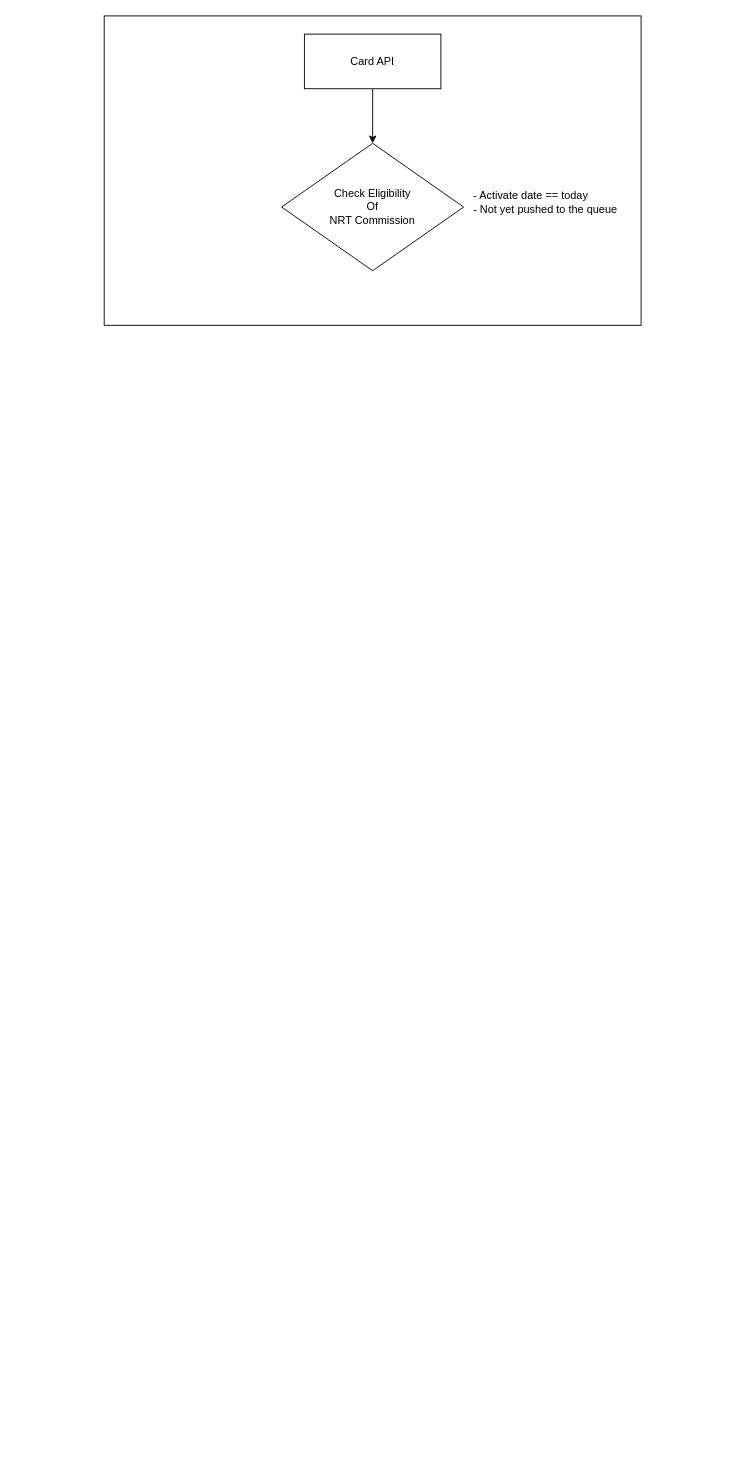
Before: files/Untitled Diagram.drawio in theasad/draw.io, a draw.io diagram. Source tidied: cells renumbered, new cells numbered last; positions are measured from the earlier drawing's top-left corner, leaving out a move shared by most shapes. Both pictures are drawn from the tidied source at 91%, with x=0, y=0 at pixel (104, 15). Pictures stored in the file or linked from it are replaced by grey dashed boxes.
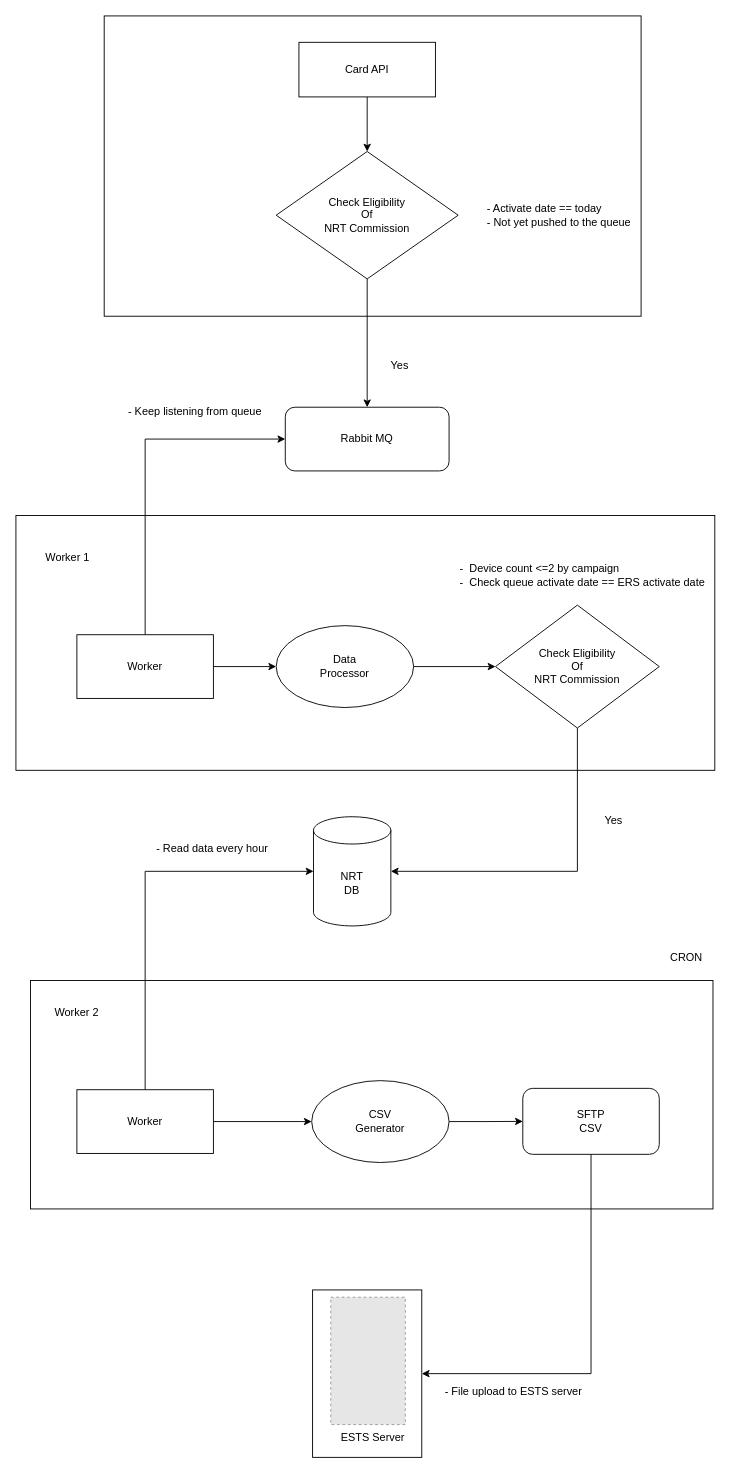
The same page after the edit.

The edit, as a diff of the source:
```diff
@@
-<mxGraphModel>
+<mxGraphModel background="#ffffff">
@@
-    <mxCell id="2" style="rounded=0;whiteSpace=wrap;html=1;" parent="1" vertex="1">
-      <mxGeometry width="590" height="340" as="geometry" />
+    <mxCell id="2" style="rounded=0;whiteSpace=wrap;html=1;fillStyle=solid;fillColor=none;strokeColor=#000000;" parent="1" vertex="1">
+      <mxGeometry width="590" height="330" as="geometry" />
     </mxCell>
-    <mxCell id="3" style="edgeStyle=orthogonalEdgeStyle;rounded=0;jettySize=auto;html=1;exitX=0.5;exitY=1;exitDx=0;exitDy=0;entryX=0.5;entryY=0;entryDx=0;entryDy=0;" parent="1" edge="1" source="4" target="5">
+    <mxCell id="3" style="edgeStyle=orthogonalEdgeStyle;rounded=0;jettySize=auto;html=1;exitX=0.5;exitY=1;exitDx=0;exitDy=0;entryX=0.5;entryY=0;entryDx=0;entryDy=0;strokeColor=#000000;labelBorderColor=none;" parent="1" edge="1" source="4" target="5">
       <mxGeometry relative="1" as="geometry" />
     </mxCell>
-    <mxCell id="4" value="Card API" style="rounded=0;whiteSpace=wrap;html=1;" parent="1" vertex="1">
-      <mxGeometry x="220" y="20" width="150" height="60" as="geometry" />
+    <mxCell id="4" value="Card API" style="rounded=0;whiteSpace=wrap;html=1;strokeColor=#000000;fillColor=none;fontColor=#000000;" parent="1" vertex="1">
+      <mxGeometry x="214" y="29" width="150" height="60" as="geometry" />
     </mxCell>
+    <mxCell id="7" style="edgeStyle=orthogonalEdgeStyle;rounded=0;jettySize=auto;html=1;exitX=0.5;exitY=1;exitDx=0;exitDy=0;entryX=0.5;entryY=0;entryDx=0;entryDy=0;strokeColor=#000000;" parent="1" edge="1" source="5" target="8">
+      <mxGeometry relative="1" as="geometry" />
+    </mxCell>
-    <mxCell id="5" value="Check Eligibility&lt;br&gt;Of&lt;br&gt;NRT Commission" style="rhombus;whiteSpace=wrap;html=1;" parent="1" vertex="1">
-      <mxGeometry x="195" y="140" width="200" height="140" as="geometry" />
+    <mxCell id="5" value="Check Eligibility&lt;br&gt;Of&lt;br&gt;NRT Commission" style="rhombus;whiteSpace=wrap;html=1;align=center;fillColor=none;fontColor=default;strokeColor=#000000;" parent="1" vertex="1">
+      <mxGeometry x="189" y="149" width="200" height="140" as="geometry" />
     </mxCell>
-    <mxCell id="6" value="&lt;div style=&quot;text-align: left;&quot;&gt;&lt;span style=&quot;background-color: initial;&quot;&gt;- Activate date == today&lt;/span&gt;&lt;span style=&quot;background-color: initial;&quot;&gt;&amp;nbsp;&lt;/span&gt;&lt;/div&gt;- Not yet pushed to the queue" style="text;html=1;strokeColor=none;fillColor=none;align=center;verticalAlign=middle;whiteSpace=wrap;rounded=0;" parent="1" vertex="1">
-      <mxGeometry x="380" y="190" width="210" height="30" as="geometry" />
+    <mxCell id="6" value="&lt;div style=&quot;text-align: left;&quot;&gt;&lt;span style=&quot;background-color: initial;&quot;&gt;- Activate date == today&lt;/span&gt;&lt;span style=&quot;background-color: initial;&quot;&gt;&amp;nbsp;&lt;/span&gt;&lt;/div&gt;- Not yet pushed to the queue" style="text;html=1;strokeColor=none;fillColor=none;align=center;verticalAlign=middle;whiteSpace=wrap;rounded=0;fontColor=#000000;" parent="1" vertex="1">
+      <mxGeometry x="410" y="204" width="180" height="30" as="geometry" />
     </mxCell>
+    <mxCell id="8" value="Rabbit MQ" style="rounded=1;whiteSpace=wrap;html=1;fontColor=#000000;fillColor=none;strokeColor=#000000;" parent="1" vertex="1">
+      <mxGeometry x="199" y="430" width="180" height="70" as="geometry" />
+    </mxCell>
+    <mxCell id="9" value="Yes" style="text;html=1;strokeColor=none;fillColor=none;align=center;verticalAlign=middle;whiteSpace=wrap;rounded=0;" parent="1" vertex="1">
+      <mxGeometry x="295" y="370" width="60" height="30" as="geometry" />
+    </mxCell>
+    <mxCell id="10" style="rounded=0;whiteSpace=wrap;html=1;strokeColor=#000000;fillColor=none;" parent="1" vertex="1">
+      <mxGeometry x="-97" y="549" width="768" height="280" as="geometry" />
+    </mxCell>
+    <mxCell id="11" style="edgeStyle=orthogonalEdgeStyle;rounded=0;jettySize=auto;html=1;exitX=0.5;exitY=0;exitDx=0;exitDy=0;entryX=0;entryY=0.5;entryDx=0;entryDy=0;strokeColor=#000000;" parent="1" edge="1" source="13" target="8">
+      <mxGeometry relative="1" as="geometry" />
+    </mxCell>
+    <mxCell id="12" style="edgeStyle=orthogonalEdgeStyle;rounded=0;jettySize=auto;html=1;exitX=1;exitY=0.5;exitDx=0;exitDy=0;strokeColor=#000000;" parent="1" edge="1" source="13" target="16">
+      <mxGeometry relative="1" as="geometry" />
+    </mxCell>
+    <mxCell id="13" value="Worker" style="rounded=0;whiteSpace=wrap;html=1;fontColor=#000000;strokeColor=#000000;fillColor=none;" parent="1" vertex="1">
+      <mxGeometry x="-30" y="680" width="150" height="70" as="geometry" />
+    </mxCell>
+    <mxCell id="14" value="Worker 1" style="text;html=1;strokeColor=none;fillColor=none;align=center;verticalAlign=middle;whiteSpace=wrap;rounded=0;fontColor=#000000;" parent="1" vertex="1">
+      <mxGeometry x="-70" y="580" width="60" height="30" as="geometry" />
+    </mxCell>
+    <mxCell id="15" style="edgeStyle=orthogonalEdgeStyle;rounded=0;jettySize=auto;html=1;strokeColor=#000000;" parent="1" edge="1" source="16" target="17">
+      <mxGeometry relative="1" as="geometry" />
+    </mxCell>
+    <mxCell id="16" value="Data&lt;br&gt;Processor" style="ellipse;whiteSpace=wrap;html=1;fontColor=#000000;strokeColor=#000000;fillColor=none;" parent="1" vertex="1">
+      <mxGeometry x="189" y="670" width="151" height="90" as="geometry" />
+    </mxCell>
+    <mxCell id="17" value="Check Eligibility&lt;br&gt;Of&lt;br&gt;NRT Commission" style="rhombus;whiteSpace=wrap;html=1;align=center;fontColor=#000000;strokeColor=#000000;fillColor=none;" parent="1" vertex="1">
+      <mxGeometry x="430" y="647.5" width="180" height="135" as="geometry" />
+    </mxCell>
+    <mxCell id="18" value="&lt;div style=&quot;&quot;&gt;&lt;span style=&quot;background-color: initial;&quot;&gt;-&amp;nbsp; Device count &amp;lt;=2 by campaign&lt;/span&gt;&lt;/div&gt;-&amp;nbsp; Check queue activate date == ERS activate date" style="text;html=1;strokeColor=none;fillColor=none;align=left;verticalAlign=middle;whiteSpace=wrap;rounded=0;fontColor=#000000;" parent="1" vertex="1">
+      <mxGeometry x="389" y="600" width="280" height="30" as="geometry" />
+    </mxCell>
+    <mxCell id="19" style="rounded=0;whiteSpace=wrap;html=1;" parent="1" vertex="1">
+      <mxGeometry x="-81" y="1060" width="750" height="251" as="geometry" />
+    </mxCell>
+    <mxCell id="20" value="NRT&lt;br&gt;DB" style="shape=cylinder3;whiteSpace=wrap;html=1;boundedLbl=1;backgroundOutline=1;size=15;fontColor=#000000;strokeColor=#000000;fillColor=none;" parent="1" vertex="1">
+      <mxGeometry x="230" y="880" width="85" height="120" as="geometry" />
+    </mxCell>
+    <mxCell id="21" value="Yes" style="text;html=1;strokeColor=none;fillColor=none;align=center;verticalAlign=middle;whiteSpace=wrap;rounded=0;" parent="1" vertex="1">
+      <mxGeometry x="530" y="870" width="60" height="30" as="geometry" />
+    </mxCell>
+    <mxCell id="22" style="edgeStyle=orthogonalEdgeStyle;rounded=0;jettySize=auto;html=1;exitX=1;exitY=0.5;exitDx=0;exitDy=0;strokeColor=#000000;" parent="1" edge="1" source="23" target="25">
+      <mxGeometry relative="1" as="geometry" />
+    </mxCell>
+    <mxCell id="23" value="Worker" style="rounded=0;whiteSpace=wrap;html=1;fontColor=#000000;strokeColor=#000000;fillColor=none;" parent="1" vertex="1">
+      <mxGeometry x="-30" y="1180" width="150" height="70" as="geometry" />
+    </mxCell>
+    <mxCell id="24" style="edgeStyle=orthogonalEdgeStyle;rounded=0;jettySize=auto;html=1;exitX=1;exitY=0.5;exitDx=0;exitDy=0;strokeColor=#000000;" parent="1" edge="1" source="25" target="27">
+      <mxGeometry relative="1" as="geometry" />
+    </mxCell>
+    <mxCell id="25" value="CSV&lt;br&gt;Generator" style="ellipse;whiteSpace=wrap;html=1;fontColor=#000000;strokeColor=#000000;fillColor=none;" parent="1" vertex="1">
+      <mxGeometry x="228" y="1170" width="151" height="90" as="geometry" />
+    </mxCell>
+    <mxCell id="26" style="edgeStyle=orthogonalEdgeStyle;rounded=0;jettySize=auto;html=1;exitX=0.5;exitY=1;exitDx=0;exitDy=0;entryX=1;entryY=0.5;entryDx=0;entryDy=0;strokeColor=#000000;" parent="1" edge="1" source="27" target="36">
+      <mxGeometry relative="1" as="geometry" />
+    </mxCell>
+    <mxCell id="27" value="SFTP&lt;br&gt;CSV" style="rounded=1;whiteSpace=wrap;html=1;fontColor=#000000;strokeColor=#000000;fillColor=none;" parent="1" vertex="1">
+      <mxGeometry x="460" y="1178.5" width="150" height="72.5" as="geometry" />
+    </mxCell>
+    <mxCell id="28" style="edgeStyle=orthogonalEdgeStyle;rounded=0;jettySize=auto;html=1;exitX=0.5;exitY=0;exitDx=0;exitDy=0;entryX=0;entryY=0.5;entryDx=0;entryDy=0;entryPerimeter=0;strokeColor=#000000;" parent="1" edge="1" source="23" target="20">
+      <mxGeometry relative="1" as="geometry" />
+    </mxCell>
+    <mxCell id="29" value="Worker 2" style="text;html=1;strokeColor=none;fillColor=none;align=center;verticalAlign=middle;whiteSpace=wrap;rounded=0;fontColor=#000000;" parent="1" vertex="1">
+      <mxGeometry x="-60" y="1080" width="60" height="30" as="geometry" />
+    </mxCell>
+    <mxCell id="30" value="CRON" style="text;html=1;strokeColor=none;fillColor=none;align=center;verticalAlign=middle;whiteSpace=wrap;rounded=0;" parent="1" vertex="1">
+      <mxGeometry x="610" y="1020" width="60" height="30" as="geometry" />
+    </mxCell>
+    <mxCell id="31" value="- Read data every hour" style="text;html=1;strokeColor=none;fillColor=none;align=center;verticalAlign=middle;whiteSpace=wrap;rounded=0;fontColor=#000000;" parent="1" vertex="1">
+      <mxGeometry x="49" y="900" width="140" height="30" as="geometry" />
+    </mxCell>
+    <mxCell id="32" style="edgeStyle=orthogonalEdgeStyle;rounded=0;jettySize=auto;html=1;exitX=0.5;exitY=1;exitDx=0;exitDy=0;entryX=1;entryY=0.5;entryDx=0;entryDy=0;entryPerimeter=0;strokeColor=#000000;" parent="1" edge="1" source="17" target="20">
+      <mxGeometry relative="1" as="geometry" />
+    </mxCell>
+    <mxCell id="33" value="- Keep listening from queue" style="text;html=1;strokeColor=none;fillColor=none;align=center;verticalAlign=middle;whiteSpace=wrap;rounded=0;fontColor=#000000;" parent="1" vertex="1">
+      <mxGeometry x="20" y="420" width="160" height="30" as="geometry" />
+    </mxCell>
+    <mxCell id="34" style="fillColor=#E6E6E6;strokeColor=#999999;dashed=1;verticalLabelPosition=bottom;verticalAlign=top;" parent="1" vertex="1">
+      <mxGeometry x="249" y="1408" width="81.9" height="140" as="geometry" />
+    </mxCell>
+    <mxCell id="35" value="ESTS Server" style="text;html=1;strokeColor=none;fillColor=none;align=center;verticalAlign=middle;whiteSpace=wrap;rounded=0;fontColor=#000000;" parent="1" vertex="1">
+      <mxGeometry x="252.5" y="1548" width="85" height="30" as="geometry" />
+    </mxCell>
+    <mxCell id="36" style="rounded=0;whiteSpace=wrap;html=1;fillColor=none;strokeColor=#000000;" parent="1" vertex="1">
+      <mxGeometry x="229" y="1400" width="120" height="184" as="geometry" />
+    </mxCell>
+    <mxCell id="37" value="- File upload to ESTS server" style="text;html=1;strokeColor=none;fillColor=none;align=center;verticalAlign=middle;whiteSpace=wrap;rounded=0;" parent="1" vertex="1">
+      <mxGeometry x="364" y="1497" width="172" height="30" as="geometry" />
+    </mxCell>
```
